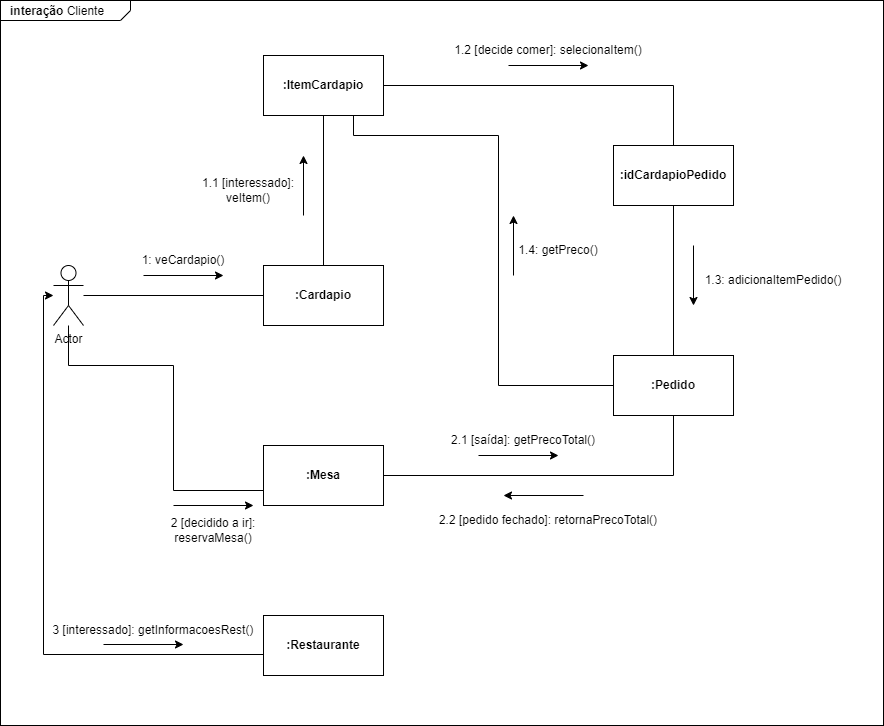
The draw.io diagram docs/modelagem/dinamico/assets/diagrama-comunicacao-cliente.png in UnBArqDsw2022-2/2022.2_G5_SoftSteakHouse, before a commit. Source tidied: cells renumbered, new cells last; positions are measured from the earlier drawing's top-left corner, leaving out a move shared by most shapes. Source of this version:
```xml
<mxGraphModel>
  <root>
    <mxCell id="0" style="html=1;" />
    <mxCell id="1" style="html=1;" parent="0" />
    <mxCell id="2" value="&lt;p style=&quot;margin: 0px ; margin-top: 4px ; margin-left: 10px ; text-align: left&quot;&gt;&lt;b&gt;interação &lt;/b&gt;Cliente&lt;/p&gt;" style="html=1;strokeWidth=1;shape=mxgraph.sysml.package;html=1;overflow=fill;whiteSpace=wrap;fillColor=none;gradientColor=none;fontSize=12;align=center;labelX=130;" parent="1" vertex="1">
      <mxGeometry width="883" height="725" as="geometry" />
    </mxCell>
    <mxCell id="3" style="edgeStyle=orthogonalEdgeStyle;rounded=0;jettySize=auto;html=1;strokeColor=none;" parent="1" edge="1" source="7" target="9">
      <mxGeometry relative="1" as="geometry" />
    </mxCell>
    <mxCell id="4" style="edgeStyle=orthogonalEdgeStyle;jettySize=auto;html=1;curved=1;startArrow=none;startFill=0;endArrow=none;endFill=0;" parent="1" edge="1" source="7" target="9">
      <mxGeometry relative="1" as="geometry" />
    </mxCell>
    <mxCell id="5" style="edgeStyle=orthogonalEdgeStyle;rounded=0;jettySize=auto;html=1;entryX=0;entryY=0.75;entryDx=0;entryDy=0;startArrow=none;startFill=0;endArrow=none;endFill=0;" parent="1" edge="1" source="7" target="15">
      <mxGeometry relative="1" as="geometry">
        <Array as="points">
          <mxPoint x="68" y="365" />
          <mxPoint x="173" y="365" />
          <mxPoint x="173" y="490" />
        </Array>
      </mxGeometry>
    </mxCell>
    <mxCell id="6" style="edgeStyle=orthogonalEdgeStyle;rounded=0;jettySize=auto;html=1;entryX=0;entryY=0.65;entryDx=0;entryDy=0;entryPerimeter=0;startArrow=classic;startFill=1;endArrow=none;endFill=0;" parent="1" edge="1" source="7" target="34">
      <mxGeometry relative="1" as="geometry">
        <Array as="points">
          <mxPoint x="43" y="295" />
          <mxPoint x="43" y="654" />
        </Array>
      </mxGeometry>
    </mxCell>
    <mxCell id="7" value="Actor" style="shape=umlActor;verticalLabelPosition=bottom;verticalAlign=top;html=1;outlineConnect=0;" parent="1" vertex="1">
      <mxGeometry x="53" y="265" width="30" height="60" as="geometry" />
    </mxCell>
    <mxCell id="8" style="edgeStyle=orthogonalEdgeStyle;rounded=0;jettySize=auto;html=1;endArrow=none;endFill=0;" parent="1" edge="1" source="9" target="12">
      <mxGeometry relative="1" as="geometry" />
    </mxCell>
    <mxCell id="9" value="&lt;b&gt;:Cardapio&lt;/b&gt;" style="rounded=0;whiteSpace=wrap;html=1;" parent="1" vertex="1">
      <mxGeometry x="263" y="265" width="120" height="60" as="geometry" />
    </mxCell>
    <mxCell id="10" style="edgeStyle=orthogonalEdgeStyle;rounded=0;jettySize=auto;html=1;startArrow=none;startFill=0;endArrow=none;endFill=0;" parent="1" edge="1" source="12" target="17">
      <mxGeometry relative="1" as="geometry" />
    </mxCell>
    <mxCell id="11" style="edgeStyle=orthogonalEdgeStyle;rounded=0;jettySize=auto;html=1;entryX=0;entryY=0.5;entryDx=0;entryDy=0;startArrow=none;startFill=0;endArrow=none;endFill=0;" parent="1" edge="1" source="12" target="18">
      <mxGeometry relative="1" as="geometry">
        <Array as="points">
          <mxPoint x="353" y="135" />
          <mxPoint x="498" y="135" />
          <mxPoint x="498" y="385" />
        </Array>
      </mxGeometry>
    </mxCell>
    <mxCell id="12" value="&lt;b&gt;:ItemCardapio&lt;/b&gt;" style="rounded=0;whiteSpace=wrap;html=1;" parent="1" vertex="1">
      <mxGeometry x="263" y="55" width="120" height="60" as="geometry" />
    </mxCell>
    <mxCell id="13" value="1: veCardapio()" style="text;html=1;strokeColor=none;fillColor=none;align=center;verticalAlign=middle;whiteSpace=wrap;rounded=0;" parent="1" vertex="1">
      <mxGeometry x="113" y="245" width="140" height="30" as="geometry" />
    </mxCell>
    <mxCell id="14" style="edgeStyle=orthogonalEdgeStyle;rounded=0;jettySize=auto;html=1;startArrow=none;startFill=0;endArrow=none;endFill=0;" parent="1" edge="1" source="15" target="18">
      <mxGeometry relative="1" as="geometry" />
    </mxCell>
    <mxCell id="15" value="&lt;b&gt;:Mesa&lt;/b&gt;" style="rounded=0;whiteSpace=wrap;html=1;" parent="1" vertex="1">
      <mxGeometry x="263" y="445" width="120" height="60" as="geometry" />
    </mxCell>
    <mxCell id="16" style="edgeStyle=orthogonalEdgeStyle;rounded=0;jettySize=auto;html=1;startArrow=none;startFill=0;endArrow=none;endFill=0;" parent="1" edge="1" source="17" target="18">
      <mxGeometry relative="1" as="geometry" />
    </mxCell>
    <mxCell id="17" value="&lt;b&gt;:idCardapioPedido&lt;/b&gt;" style="rounded=0;whiteSpace=wrap;html=1;" parent="1" vertex="1">
      <mxGeometry x="613" y="145" width="120" height="60" as="geometry" />
    </mxCell>
    <mxCell id="18" value="&lt;b&gt;:Pedido&lt;br&gt;&lt;/b&gt;" style="rounded=0;whiteSpace=wrap;html=1;" parent="1" vertex="1">
      <mxGeometry x="613" y="355" width="120" height="60" as="geometry" />
    </mxCell>
    <mxCell id="19" value="1.1 [interessado]: veItem()" style="text;html=1;strokeColor=none;fillColor=none;align=center;verticalAlign=middle;whiteSpace=wrap;rounded=0;" parent="1" vertex="1">
      <mxGeometry x="183" y="175" width="130" height="30" as="geometry" />
    </mxCell>
    <mxCell id="20" style="endArrow=classic;html=1;rounded=0;" parent="1" edge="1">
      <mxGeometry relative="1" as="geometry">
        <mxPoint x="143" y="275" as="sourcePoint" />
        <mxPoint x="223" y="275" as="targetPoint" />
      </mxGeometry>
    </mxCell>
    <mxCell id="21" style="endArrow=classic;html=1;rounded=0;" parent="1" edge="1">
      <mxGeometry relative="1" as="geometry">
        <mxPoint x="303" y="215" as="sourcePoint" />
        <mxPoint x="303" y="155" as="targetPoint" />
      </mxGeometry>
    </mxCell>
    <mxCell id="22" value="2 [decidido a ir]: reservaMesa()" style="text;html=1;strokeColor=none;fillColor=none;align=center;verticalAlign=middle;whiteSpace=wrap;rounded=0;" parent="1" vertex="1">
      <mxGeometry x="143" y="515" width="140" height="30" as="geometry" />
    </mxCell>
    <mxCell id="23" style="endArrow=classic;html=1;rounded=0;" parent="1" edge="1">
      <mxGeometry relative="1" as="geometry">
        <mxPoint x="173" y="505" as="sourcePoint" />
        <mxPoint x="253" y="505" as="targetPoint" />
      </mxGeometry>
    </mxCell>
    <mxCell id="24" value="1.2 [decide comer]: selecionaItem()" style="text;html=1;strokeColor=none;fillColor=none;align=center;verticalAlign=middle;whiteSpace=wrap;rounded=0;" parent="1" vertex="1">
      <mxGeometry x="453" y="35" width="190" height="30" as="geometry" />
    </mxCell>
    <mxCell id="25" style="endArrow=classic;html=1;rounded=0;" parent="1" edge="1">
      <mxGeometry relative="1" as="geometry">
        <mxPoint x="508" y="65" as="sourcePoint" />
        <mxPoint x="588" y="65" as="targetPoint" />
      </mxGeometry>
    </mxCell>
    <mxCell id="26" value="1.3: adicionaItemPedido()" style="text;html=1;strokeColor=none;fillColor=none;align=center;verticalAlign=middle;whiteSpace=wrap;rounded=0;" parent="1" vertex="1">
      <mxGeometry x="693" y="265" width="160" height="30" as="geometry" />
    </mxCell>
    <mxCell id="27" style="endArrow=none;html=1;rounded=0;startArrow=classic;startFill=1;endFill=0;" parent="1" edge="1">
      <mxGeometry relative="1" as="geometry">
        <mxPoint x="693" y="305" as="sourcePoint" />
        <mxPoint x="693" y="245" as="targetPoint" />
      </mxGeometry>
    </mxCell>
    <mxCell id="28" value="1.4: getPreco()" style="text;html=1;strokeColor=none;fillColor=none;align=center;verticalAlign=middle;whiteSpace=wrap;rounded=0;" parent="1" vertex="1">
      <mxGeometry x="478" y="235" width="160" height="30" as="geometry" />
    </mxCell>
    <mxCell id="29" style="endArrow=classic;html=1;rounded=0;" parent="1" edge="1">
      <mxGeometry relative="1" as="geometry">
        <mxPoint x="513" y="275" as="sourcePoint" />
        <mxPoint x="513" y="215" as="targetPoint" />
      </mxGeometry>
    </mxCell>
    <mxCell id="30" value="2.1 [saída]: getPrecoTotal()" style="text;html=1;strokeColor=none;fillColor=none;align=center;verticalAlign=middle;whiteSpace=wrap;rounded=0;" parent="1" vertex="1">
      <mxGeometry x="433" y="425" width="180" height="30" as="geometry" />
    </mxCell>
    <mxCell id="31" style="endArrow=classic;html=1;rounded=0;" parent="1" edge="1">
      <mxGeometry relative="1" as="geometry">
        <mxPoint x="478" y="455" as="sourcePoint" />
        <mxPoint x="558" y="455" as="targetPoint" />
      </mxGeometry>
    </mxCell>
    <mxCell id="32" value="2.2 [pedido fechado]: retornaPrecoTotal()" style="text;html=1;strokeColor=none;fillColor=none;align=center;verticalAlign=middle;whiteSpace=wrap;rounded=0;" parent="1" vertex="1">
      <mxGeometry x="428" y="505" width="240" height="30" as="geometry" />
    </mxCell>
    <mxCell id="33" style="endArrow=none;html=1;rounded=0;startArrow=classic;startFill=1;endFill=0;" parent="1" edge="1">
      <mxGeometry relative="1" as="geometry">
        <mxPoint x="503" y="495" as="sourcePoint" />
        <mxPoint x="583" y="495" as="targetPoint" />
      </mxGeometry>
    </mxCell>
    <mxCell id="34" value="&lt;b&gt;:Restaurante&lt;/b&gt;" style="rounded=0;whiteSpace=wrap;html=1;" parent="1" vertex="1">
      <mxGeometry x="263" y="615" width="120" height="60" as="geometry" />
    </mxCell>
    <mxCell id="35" value="3 [interessado]: getInformacoesRest()" style="text;html=1;strokeColor=none;fillColor=none;align=center;verticalAlign=middle;whiteSpace=wrap;rounded=0;" parent="1" vertex="1">
      <mxGeometry x="23" y="615" width="260" height="30" as="geometry" />
    </mxCell>
    <mxCell id="36" style="endArrow=classic;html=1;rounded=0;" parent="1" edge="1">
      <mxGeometry relative="1" as="geometry">
        <mxPoint x="103" y="644" as="sourcePoint" />
        <mxPoint x="183" y="644" as="targetPoint" />
      </mxGeometry>
    </mxCell>
  </root>
</mxGraphModel>
```
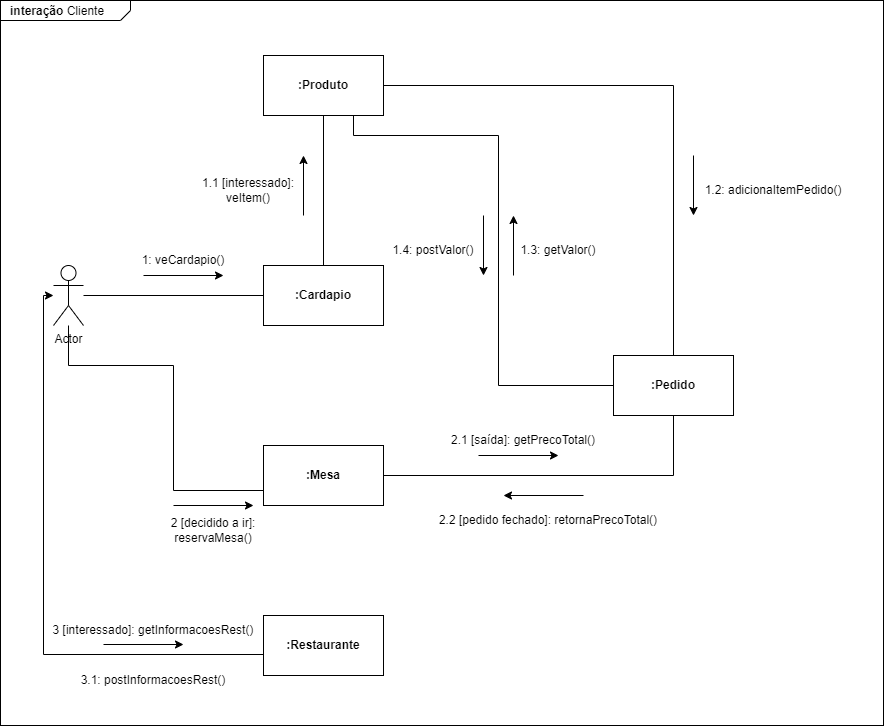
After the commit.

Commit message:
:pencil: mudança diagrama de cliente

Diff of the diagram source:
```diff
@@ -37,9 +37,6 @@
     <mxCell id="9" value="&lt;b&gt;:Cardapio&lt;/b&gt;" style="rounded=0;whiteSpace=wrap;html=1;" parent="1" vertex="1">
       <mxGeometry x="263" y="265" width="120" height="60" as="geometry" />
     </mxCell>
-    <mxCell id="10" style="edgeStyle=orthogonalEdgeStyle;rounded=0;jettySize=auto;html=1;startArrow=none;startFill=0;endArrow=none;endFill=0;" parent="1" edge="1" source="12" target="17">
-      <mxGeometry relative="1" as="geometry" />
-    </mxCell>
     <mxCell id="11" style="edgeStyle=orthogonalEdgeStyle;rounded=0;jettySize=auto;html=1;entryX=0;entryY=0.5;entryDx=0;entryDy=0;startArrow=none;startFill=0;endArrow=none;endFill=0;" parent="1" edge="1" source="12" target="18">
       <mxGeometry relative="1" as="geometry">
         <Array as="points">
@@ -49,7 +46,10 @@
         </Array>
       </mxGeometry>
     </mxCell>
+    <mxCell id="37" style="edgeStyle=orthogonalEdgeStyle;rounded=0;jettySize=auto;html=1;endArrow=none;endFill=0;" parent="1" edge="1" source="12" target="18">
+      <mxGeometry relative="1" as="geometry" />
+    </mxCell>
-    <mxCell id="12" value="&lt;b&gt;:ItemCardapio&lt;/b&gt;" style="rounded=0;whiteSpace=wrap;html=1;" parent="1" vertex="1">
+    <mxCell id="12" value="&lt;b&gt;:Produto&lt;/b&gt;" style="rounded=0;whiteSpace=wrap;html=1;" parent="1" vertex="1">
       <mxGeometry x="263" y="55" width="120" height="60" as="geometry" />
     </mxCell>
     <mxCell id="13" value="1: veCardapio()" style="text;html=1;strokeColor=none;fillColor=none;align=center;verticalAlign=middle;whiteSpace=wrap;rounded=0;" parent="1" vertex="1">
@@ -61,12 +61,6 @@
     <mxCell id="15" value="&lt;b&gt;:Mesa&lt;/b&gt;" style="rounded=0;whiteSpace=wrap;html=1;" parent="1" vertex="1">
       <mxGeometry x="263" y="445" width="120" height="60" as="geometry" />
     </mxCell>
-    <mxCell id="16" style="edgeStyle=orthogonalEdgeStyle;rounded=0;jettySize=auto;html=1;startArrow=none;startFill=0;endArrow=none;endFill=0;" parent="1" edge="1" source="17" target="18">
-      <mxGeometry relative="1" as="geometry" />
-    </mxCell>
-    <mxCell id="17" value="&lt;b&gt;:idCardapioPedido&lt;/b&gt;" style="rounded=0;whiteSpace=wrap;html=1;" parent="1" vertex="1">
-      <mxGeometry x="613" y="145" width="120" height="60" as="geometry" />
-    </mxCell>
     <mxCell id="18" value="&lt;b&gt;:Pedido&lt;br&gt;&lt;/b&gt;" style="rounded=0;whiteSpace=wrap;html=1;" parent="1" vertex="1">
       <mxGeometry x="613" y="355" width="120" height="60" as="geometry" />
     </mxCell>
@@ -94,25 +88,16 @@
         <mxPoint x="253" y="505" as="targetPoint" />
       </mxGeometry>
     </mxCell>
-    <mxCell id="24" value="1.2 [decide comer]: selecionaItem()" style="text;html=1;strokeColor=none;fillColor=none;align=center;verticalAlign=middle;whiteSpace=wrap;rounded=0;" parent="1" vertex="1">
-      <mxGeometry x="453" y="35" width="190" height="30" as="geometry" />
-    </mxCell>
-    <mxCell id="25" style="endArrow=classic;html=1;rounded=0;" parent="1" edge="1">
-      <mxGeometry relative="1" as="geometry">
-        <mxPoint x="508" y="65" as="sourcePoint" />
-        <mxPoint x="588" y="65" as="targetPoint" />
-      </mxGeometry>
-    </mxCell>
-    <mxCell id="26" value="1.3: adicionaItemPedido()" style="text;html=1;strokeColor=none;fillColor=none;align=center;verticalAlign=middle;whiteSpace=wrap;rounded=0;" parent="1" vertex="1">
-      <mxGeometry x="693" y="265" width="160" height="30" as="geometry" />
+    <mxCell id="26" value="1.2: adicionaItemPedido()" style="text;html=1;strokeColor=none;fillColor=none;align=center;verticalAlign=middle;whiteSpace=wrap;rounded=0;" parent="1" vertex="1">
+      <mxGeometry x="693" y="175" width="160" height="30" as="geometry" />
     </mxCell>
     <mxCell id="27" style="endArrow=none;html=1;rounded=0;startArrow=classic;startFill=1;endFill=0;" parent="1" edge="1">
       <mxGeometry relative="1" as="geometry">
-        <mxPoint x="693" y="305" as="sourcePoint" />
-        <mxPoint x="693" y="245" as="targetPoint" />
+        <mxPoint x="693" y="215" as="sourcePoint" />
+        <mxPoint x="693" y="155" as="targetPoint" />
       </mxGeometry>
     </mxCell>
-    <mxCell id="28" value="1.4: getPreco()" style="text;html=1;strokeColor=none;fillColor=none;align=center;verticalAlign=middle;whiteSpace=wrap;rounded=0;" parent="1" vertex="1">
+    <mxCell id="28" value="1.3: getValor()" style="text;html=1;strokeColor=none;fillColor=none;align=center;verticalAlign=middle;whiteSpace=wrap;rounded=0;" parent="1" vertex="1">
       <mxGeometry x="478" y="235" width="160" height="30" as="geometry" />
     </mxCell>
     <mxCell id="29" style="endArrow=classic;html=1;rounded=0;" parent="1" edge="1">
@@ -151,5 +136,17 @@
         <mxPoint x="183" y="644" as="targetPoint" />
       </mxGeometry>
     </mxCell>
+    <mxCell id="38" value="1.4: postValor()" style="text;html=1;strokeColor=none;fillColor=none;align=center;verticalAlign=middle;whiteSpace=wrap;rounded=0;" parent="1" vertex="1">
+      <mxGeometry x="353" y="235" width="160" height="30" as="geometry" />
+    </mxCell>
+    <mxCell id="39" style="endArrow=none;html=1;rounded=0;endFill=0;startArrow=classic;startFill=1;" parent="1" edge="1">
+      <mxGeometry relative="1" as="geometry">
+        <mxPoint x="483" y="275" as="sourcePoint" />
+        <mxPoint x="483" y="215" as="targetPoint" />
+      </mxGeometry>
+    </mxCell>
+    <mxCell id="40" value="3.1: postInformacoesRest()" style="text;html=1;strokeColor=none;fillColor=none;align=center;verticalAlign=middle;whiteSpace=wrap;rounded=0;" parent="1" vertex="1">
+      <mxGeometry x="23" y="665" width="260" height="30" as="geometry" />
+    </mxCell>
   </root>
 </mxGraphModel>
```
